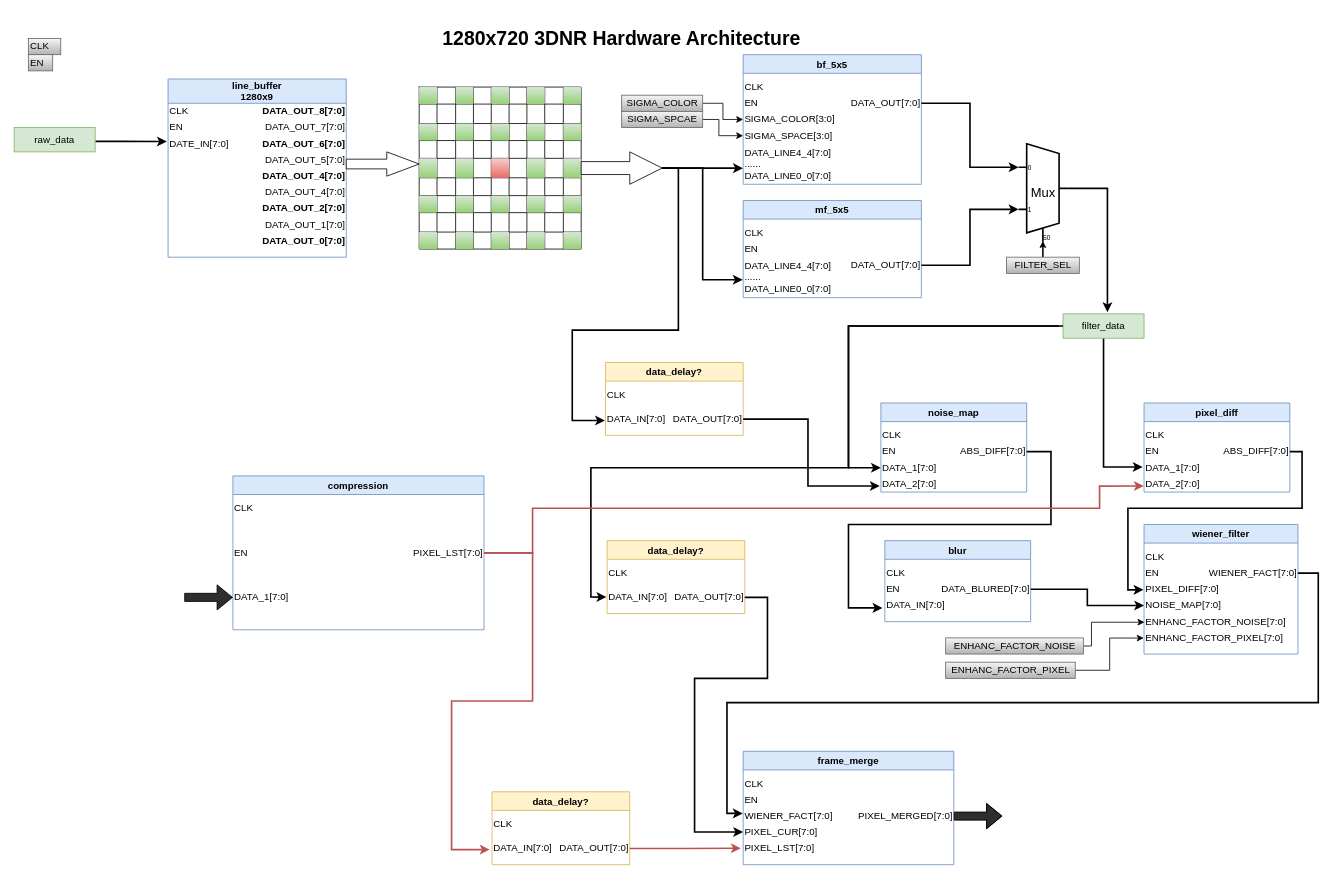
Above: page "ModulePartation" (2 of 2) of 3DNR/3DNR_hardware.drawio in sustcsugar/draw.io (draw.io), before the change. Source tidied: cells renumbered, new cells numbered last; positions are measured from the earlier drawing's top-left corner, leaving out a move shared by most shapes. Both pictures are drawn from the tidied source at 81%, with x=0, y=0 at pixel (14, 22).
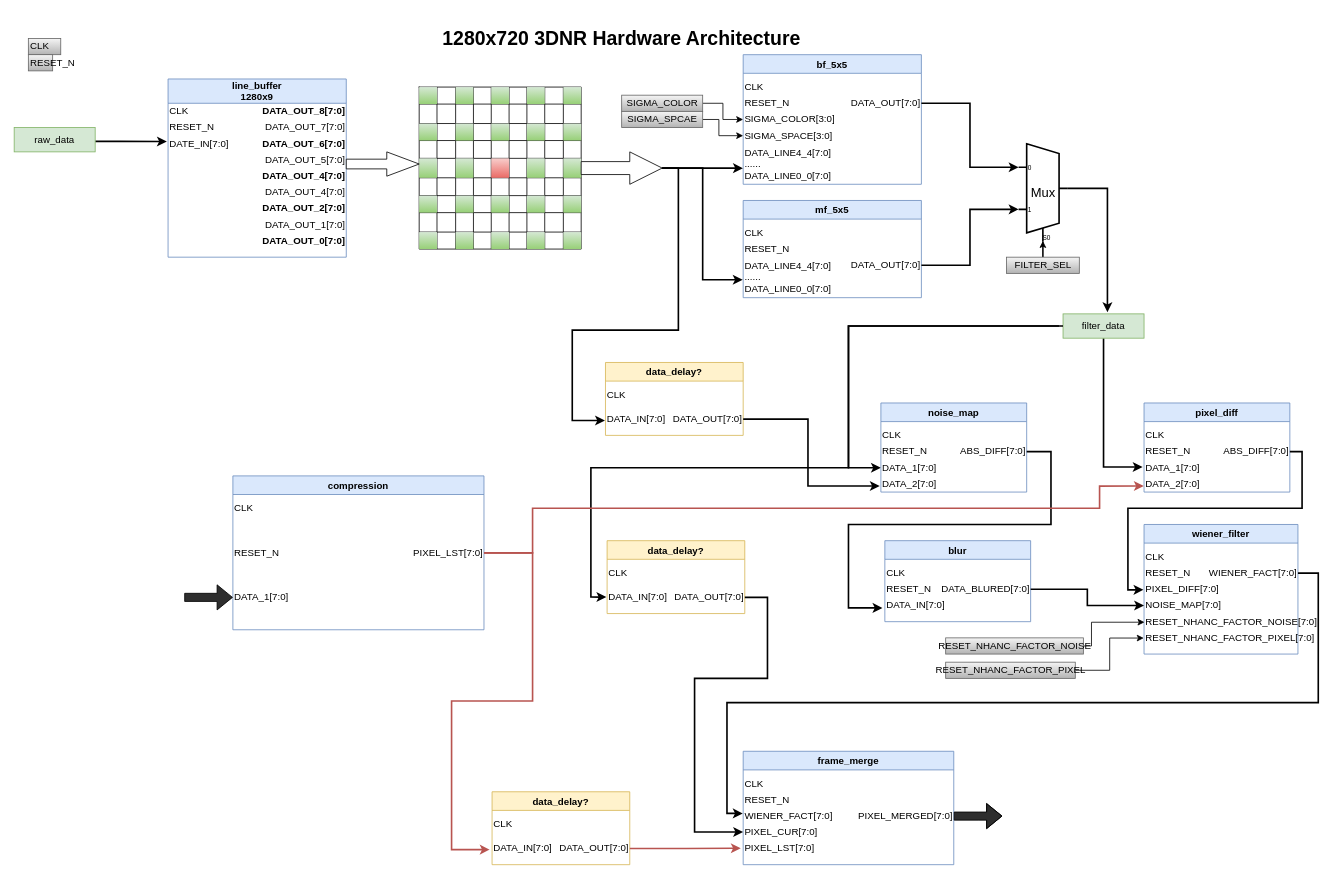
The same diagram, later.

Commit message:
2021-11-16 21:34:12 from SHI Gang

Unchanged cells that the change refers to:
```xml
<mxCell id="2" value="bf_5x5" style="swimlane;fillColor=#dae8fc;strokeColor=#6c8ebf;startSize=23;" parent="1" vertex="1">
  <mxGeometry x="900" y="40" width="220" height="160" as="geometry" />
</mxCell>
<mxCell id="9" value="mf_5x5" style="swimlane;fillColor=#dae8fc;strokeColor=#6c8ebf;" parent="1" vertex="1">
  <mxGeometry x="900" y="220" width="220" height="120" as="geometry" />
</mxCell>
<mxCell id="27" value="noise_map" style="swimlane;align=center;fillColor=#dae8fc;strokeColor=#6c8ebf;" parent="1" vertex="1">
  <mxGeometry x="1070" y="470" width="180" height="110" as="geometry" />
</mxCell>
<mxCell id="33" value="pixel_diff" style="swimlane;align=center;fillColor=#dae8fc;strokeColor=#6c8ebf;flipH=0;flipV=0;" parent="1" vertex="1">
  <mxGeometry x="1394.9" y="470" width="180" height="110" as="geometry" />
</mxCell>
<mxCell id="39" value="wiener_filter" style="swimlane;fillColor=#dae8fc;strokeColor=#6c8ebf;" parent="1" vertex="1">
  <mxGeometry x="1394.9" y="620" width="190" height="160" as="geometry" />
</mxCell>
<mxCell id="47" value="blur" style="swimlane;fillColor=#dae8fc;strokeColor=#6c8ebf;startSize=23;" parent="1" vertex="1">
  <mxGeometry x="1074.9" y="640" width="180" height="100" as="geometry" />
</mxCell>
<mxCell id="52" value="line_buffer&#10;1280x9" style="swimlane;fillColor=#dae8fc;strokeColor=#6c8ebf;startSize=30;direction=east;" parent="1" vertex="1">
  <mxGeometry x="190" y="70" width="220" height="220" as="geometry" />
</mxCell>
<mxCell id="160" style="html=1;shadow=0;dashed=0;align=center;verticalAlign=middle;shape=mxgraph.arrows2.arrow;dy=0.6;dx=40;notch=0;" parent="1" vertex="1">
  <mxGeometry x="700" y="160" width="100" height="40" as="geometry" />
</mxCell>
<mxCell id="168" value="DATA_IN[7:0]" style="text;html=1;align=left;verticalAlign=middle;points=[];strokeColor=none;fillColor=none;" parent="167" vertex="1">
  <mxGeometry y="60" width="90" height="20" as="geometry" />
</mxCell>
<mxCell id="178" value="compression" style="swimlane;align=center;fillColor=#dae8fc;strokeColor=#6c8ebf;startSize=23;" parent="1" vertex="1">
  <mxGeometry x="270" y="560" width="310" height="190" as="geometry" />
</mxCell>
<mxCell id="183" value="frame_merge" style="swimlane;fillColor=#dae8fc;strokeColor=#6c8ebf;" parent="1" vertex="1">
  <mxGeometry x="900" y="900" width="260" height="140" as="geometry" />
</mxCell>
```

Diff of the diagram source:
```diff
@@
-    <mxCell id="4" value="EN" style="text;html=1;align=left;verticalAlign=middle;strokeColor=none;fillColor=none;" parent="2" vertex="1">
+    <mxCell id="4" value="RESET_N" style="text;html=1;align=left;verticalAlign=middle;strokeColor=none;fillColor=none;" parent="2" vertex="1">
       <mxGeometry y="50" width="30" height="20" as="geometry" />
     </mxCell>
@@
-    <mxCell id="11" value="EN" style="text;html=1;align=left;verticalAlign=middle;strokeColor=none;fillColor=none;" parent="9" vertex="1">
+    <mxCell id="11" value="RESET_N" style="text;html=1;align=left;verticalAlign=middle;strokeColor=none;fillColor=none;" parent="9" vertex="1">
       <mxGeometry y="50" width="30" height="20" as="geometry" />
     </mxCell>
@@
-    <mxCell id="24" value="EN" style="text;html=1;align=left;verticalAlign=middle;strokeColor=#666666;fillColor=#f5f5f5;gradientColor=#b3b3b3;" parent="1" vertex="1">
+    <mxCell id="24" value="RESET_N" style="text;html=1;align=left;verticalAlign=middle;strokeColor=#666666;fillColor=#f5f5f5;gradientColor=#b3b3b3;" parent="1" vertex="1">
       <mxGeometry x="17.5" y="40" width="30" height="20" as="geometry" />
     </mxCell>
@@
-    <mxCell id="29" value="EN" style="text;html=1;align=left;verticalAlign=middle;strokeColor=none;fillColor=none;" parent="27" vertex="1">
+    <mxCell id="29" value="RESET_N" style="text;html=1;align=left;verticalAlign=middle;strokeColor=none;fillColor=none;" parent="27" vertex="1">
       <mxGeometry y="50" width="30" height="20" as="geometry" />
     </mxCell>
@@
-    <mxCell id="35" value="EN" style="text;html=1;align=left;verticalAlign=middle;strokeColor=none;fillColor=none;flipH=0;" parent="33" vertex="1">
+    <mxCell id="35" value="RESET_N" style="text;html=1;align=left;verticalAlign=middle;strokeColor=none;fillColor=none;flipH=0;" parent="33" vertex="1">
       <mxGeometry y="50" width="30" height="20" as="geometry" />
     </mxCell>
@@
-    <mxCell id="41" value="EN" style="text;html=1;align=left;verticalAlign=middle;strokeColor=none;fillColor=none;" parent="39" vertex="1">
+    <mxCell id="41" value="RESET_N" style="text;html=1;align=left;verticalAlign=middle;strokeColor=none;fillColor=none;" parent="39" vertex="1">
       <mxGeometry y="50" width="30" height="20" as="geometry" />
     </mxCell>
@@
-    <mxCell id="45" value="ENHANC_FACTOR_NOISE[7:0]" style="text;html=1;align=left;verticalAlign=middle;points=[];strokeColor=none;fillColor=none;" parent="39" vertex="1">
+    <mxCell id="45" value="RESET_NHANC_FACTOR_NOISE[7:0]" style="text;html=1;align=left;verticalAlign=middle;points=[];strokeColor=none;fillColor=none;" parent="39" vertex="1">
       <mxGeometry y="110" width="190" height="20" as="geometry" />
     </mxCell>
-    <mxCell id="46" value="ENHANC_FACTOR_PIXEL[7:0]" style="text;html=1;align=left;verticalAlign=middle;points=[];strokeColor=none;fillColor=none;" parent="39" vertex="1">
+    <mxCell id="46" value="RESET_NHANC_FACTOR_PIXEL[7:0]" style="text;html=1;align=left;verticalAlign=middle;points=[];strokeColor=none;fillColor=none;" parent="39" vertex="1">
       <mxGeometry y="130" width="190" height="20" as="geometry" />
     </mxCell>
@@
-    <mxCell id="49" value="EN" style="text;html=1;align=left;verticalAlign=middle;strokeColor=none;fillColor=none;" parent="47" vertex="1">
+    <mxCell id="49" value="RESET_N" style="text;html=1;align=left;verticalAlign=middle;strokeColor=none;fillColor=none;" parent="47" vertex="1">
       <mxGeometry y="50" width="30" height="20" as="geometry" />
     </mxCell>
@@
-    <mxCell id="54" value="EN" style="text;html=1;align=left;verticalAlign=middle;strokeColor=none;fillColor=none;" parent="52" vertex="1">
+    <mxCell id="54" value="RESET_N" style="text;html=1;align=left;verticalAlign=middle;strokeColor=none;fillColor=none;" parent="52" vertex="1">
       <mxGeometry y="50" width="30" height="20" as="geometry" />
     </mxCell>
@@
-    <mxCell id="159" style="edgeStyle=orthogonalEdgeStyle;rounded=0;jettySize=auto;html=1;strokeWidth=2;entryX=-0.007;entryY=0.585;entryDx=0;entryDy=0;entryPerimeter=0;" parent="1" edge="1" source="160" target="168">
+    <mxCell id="159" style="edgeStyle=orthogonalEdgeStyle;rounded=0;jettySize=auto;html=1;strokeWidth=2;entryX=-0.007;entryY=0.585;entryDx=0;entryDy=0;entryPerimeter=0;noJump=0;flowAnimation=0;snapToPoint=0;endFill=1;fixDash=0;backgroundOutline=0;comic=0;jiggle=12;perimeterSpacing=0;strokeColor=default;jumpStyle=none;" parent="1" edge="1" source="160" target="168">
       <mxGeometry relative="1" as="geometry">
         <Array as="points">
           <mxPoint x="820" y="180" />
           <mxPoint x="820" y="380" />
           <mxPoint x="689" y="380" />
         </Array>
       </mxGeometry>
     </mxCell>
@@
-    <mxCell id="175" value="&lt;span style=&quot;text-align: left&quot;&gt;ENHANC_FACTOR_NOISE&lt;/span&gt;" style="text;html=1;align=center;verticalAlign=middle;points=[];strokeColor=#666666;fillColor=#f5f5f5;gradientColor=#b3b3b3;" parent="1" vertex="1">
+    <mxCell id="175" value="&lt;span style=&quot;text-align: left&quot;&gt;RESET_NHANC_FACTOR_NOISE&lt;/span&gt;" style="text;html=1;align=center;verticalAlign=middle;points=[];strokeColor=#666666;fillColor=#f5f5f5;gradientColor=#b3b3b3;" parent="1" vertex="1">
       <mxGeometry x="1150" y="760" width="170" height="20" as="geometry" />
     </mxCell>
@@
-    <mxCell id="177" value="&lt;span style=&quot;text-align: left&quot;&gt;ENHANC_FACTOR_PIXEL&lt;/span&gt;" style="text;html=1;align=center;verticalAlign=middle;points=[];strokeColor=#666666;fillColor=#f5f5f5;gradientColor=#b3b3b3;" parent="1" vertex="1">
+    <mxCell id="177" value="&lt;span style=&quot;text-align: left&quot;&gt;RESET_NHANC_FACTOR_PIXEL&lt;/span&gt;" style="text;html=1;align=center;verticalAlign=middle;points=[];strokeColor=#666666;fillColor=#f5f5f5;gradientColor=#b3b3b3;" parent="1" vertex="1">
       <mxGeometry x="1150" y="790" width="160" height="20" as="geometry" />
     </mxCell>
@@
-    <mxCell id="180" value="EN" style="text;html=1;align=left;verticalAlign=middle;strokeColor=none;fillColor=none;" parent="178" vertex="1">
+    <mxCell id="180" value="RESET_N" style="text;html=1;align=left;verticalAlign=middle;strokeColor=none;fillColor=none;" parent="178" vertex="1">
       <mxGeometry y="85" width="30" height="20" as="geometry" />
     </mxCell>
@@
-    <mxCell id="185" value="EN" style="text;html=1;align=left;verticalAlign=middle;strokeColor=none;fillColor=none;" parent="183" vertex="1">
+    <mxCell id="185" value="RESET_N" style="text;html=1;align=left;verticalAlign=middle;strokeColor=none;fillColor=none;" parent="183" vertex="1">
       <mxGeometry y="50" width="30" height="20" as="geometry" />
     </mxCell>
```
